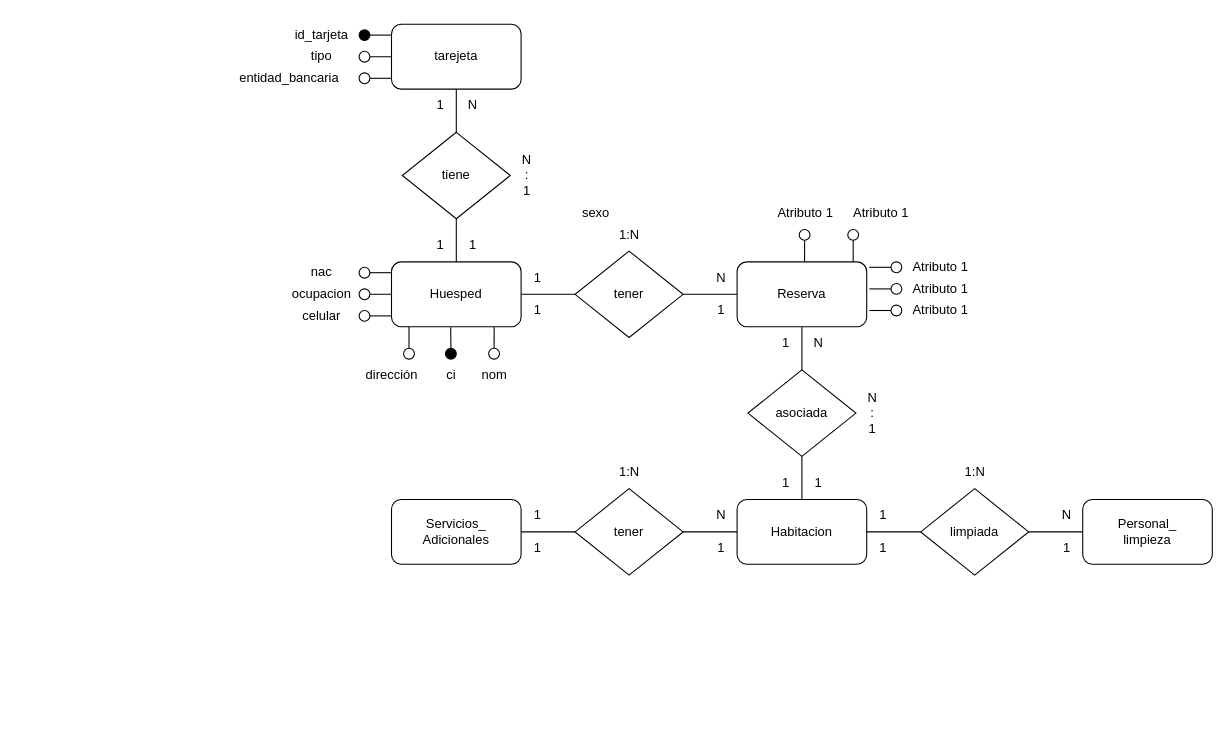
Above: auxiliatura/primerParcial/E8_Hotel.drawio in Abigail08082001/diagramasBasedeDatos (draw.io), before the change. Source tidied: cells renumbered, new cells numbered last; positions are measured from the earlier drawing's top-left corner, leaving out a move shared by most shapes. Both pictures are drawn from the tidied source at 108%, with x=0, y=0 at pixel (224, 18).
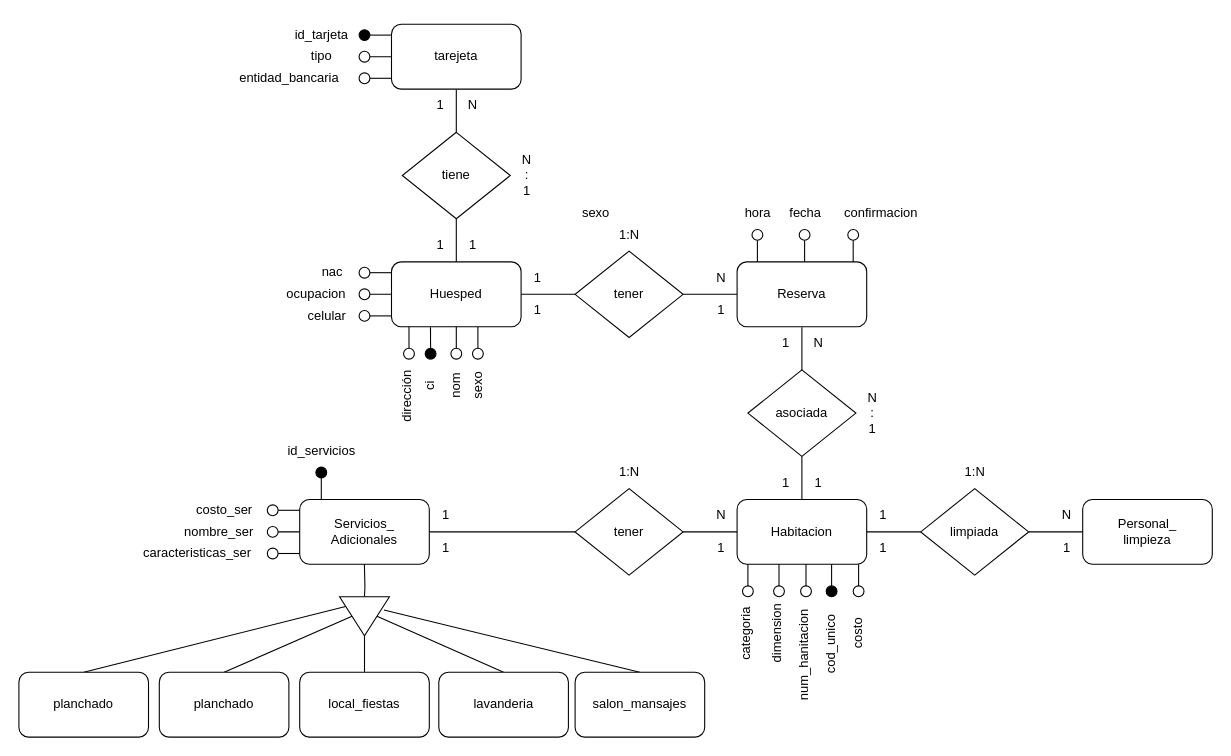
After the change.

Unchanged cells that the change refers to:
```xml
<mxCell id="4" value="Huesped" style="rounded=1;whiteSpace=wrap;html=1;" parent="1" vertex="1">
  <mxGeometry x="155" y="225" width="120" height="60" as="geometry" />
</mxCell>
<mxCell id="21" value="tener" style="rhombus;whiteSpace=wrap;html=1;" parent="1" vertex="1">
  <mxGeometry x="325" y="435" width="100" height="80" as="geometry" />
</mxCell>
```

Diff of the diagram source:
```diff
@@
-    <mxCell id="22" style="edgeStyle=none;rounded=0;jettySize=auto;html=1;exitX=1;exitY=0.5;exitDx=0;exitDy=0;entryX=0;entryY=0.5;entryDx=0;entryDy=0;endArrow=none;endFill=0;" parent="1" edge="1" target="21">
-      <mxGeometry relative="1" as="geometry">
-        <mxPoint x="275" y="475" as="sourcePoint" />
-      </mxGeometry>
+    <mxCell id="22" style="edgeStyle=none;rounded=0;jettySize=auto;html=1;endArrow=none;endFill=0;entryX=0;entryY=0.5;entryDx=0;entryDy=0;" parent="1" edge="1" source="29" target="21">
+      <mxGeometry relative="1" as="geometry" />
     </mxCell>
@@
     <mxCell id="25" value="1" style="text;html=1;align=center;verticalAlign=middle;strokeColor=none;fillColor=none;" parent="1" vertex="1">
-      <mxGeometry x="275" y="445" width="30" height="30" as="geometry" />
+      <mxGeometry x="190" y="445" width="30" height="30" as="geometry" />
     </mxCell>
     <mxCell id="26" value="1" style="text;html=1;align=center;verticalAlign=middle;strokeColor=none;fillColor=none;" parent="1" vertex="1">
-      <mxGeometry x="275" y="475" width="30" height="30" as="geometry" />
+      <mxGeometry x="190" y="475" width="30" height="30" as="geometry" />
     </mxCell>
@@
     <mxCell id="29" value="&lt;div&gt;Servicios_&lt;/div&gt;&lt;div&gt;Adicionales&lt;br&gt;&lt;/div&gt;" style="rounded=1;whiteSpace=wrap;html=1;" parent="1" vertex="1">
-      <mxGeometry x="155" y="445" width="120" height="60" as="geometry" />
+      <mxGeometry x="70" y="445" width="120" height="60" as="geometry" />
     </mxCell>
@@
-    <mxCell id="39" style="rounded=0;jettySize=auto;html=1;entryX=0.457;entryY=1.007;entryDx=0;entryDy=0;entryPerimeter=0;endArrow=none;endFill=0;" parent="1" edge="1" source="40" target="4">
-      <mxGeometry relative="1" as="geometry" />
+    <mxCell id="39" style="rounded=0;jettySize=auto;html=1;entryX=0.457;entryY=1.007;entryDx=0;entryDy=0;entryPerimeter=0;endArrow=none;endFill=0;" parent="1" edge="1" source="40">
+      <mxGeometry relative="1" as="geometry">
+        <mxPoint x="191.1" y="285.4" as="targetPoint" />
+      </mxGeometry>
     </mxCell>
     <mxCell id="40" style="ellipse;whiteSpace=wrap;html=1;fillColor=#000;" parent="1" vertex="1">
-      <mxGeometry x="205" y="305" width="10" height="10" as="geometry" />
+      <mxGeometry x="186.2" y="305" width="10" height="10" as="geometry" />
     </mxCell>
-    <mxCell id="41" value="ci" style="text;html=1;align=center;verticalAlign=middle;strokeColor=none;fillColor=none;" parent="1" vertex="1">
-      <mxGeometry x="195" y="315" width="30" height="30" as="geometry" />
+    <mxCell id="41" value="ci" style="text;html=1;align=center;verticalAlign=middle;strokeColor=none;fillColor=none;rotation=-90;" parent="1" vertex="1">
+      <mxGeometry x="176.2" y="325" width="30" height="30" as="geometry" />
     </mxCell>
@@
     <mxCell id="47" value="nac" style="text;html=1;align=center;verticalAlign=middle;strokeColor=none;fillColor=none;" parent="1" vertex="1">
-      <mxGeometry x="70" y="220" width="40" height="30" as="geometry" />
+      <mxGeometry x="80" y="220" width="40" height="30" as="geometry" />
     </mxCell>
     <mxCell id="48" value="ocupacion" style="text;html=1;align=center;verticalAlign=middle;strokeColor=none;fillColor=none;" parent="1" vertex="1">
-      <mxGeometry x="50" y="240" width="80" height="30" as="geometry" />
+      <mxGeometry x="45" y="240" width="80" height="30" as="geometry" />
     </mxCell>
     <mxCell id="49" value="celular" style="text;html=1;align=center;verticalAlign=middle;strokeColor=none;fillColor=none;" parent="1" vertex="1">
-      <mxGeometry x="60" y="260" width="60" height="30" as="geometry" />
+      <mxGeometry x="65" y="260" width="60" height="30" as="geometry" />
     </mxCell>
@@
-    <mxCell id="53" value="dirección" style="text;html=1;align=center;verticalAlign=middle;strokeColor=none;fillColor=none;" parent="1" vertex="1">
-      <mxGeometry x="120" y="315" width="70" height="30" as="geometry" />
+    <mxCell id="53" value="dirección" style="text;html=1;align=center;verticalAlign=middle;strokeColor=none;fillColor=none;rotation=-90;" parent="1" vertex="1">
+      <mxGeometry x="135" y="335" width="70" height="30" as="geometry" />
     </mxCell>
@@
-    <mxCell id="55" style="rounded=0;jettySize=auto;html=1;exitX=0.5;exitY=1;exitDx=0;exitDy=0;entryX=0.792;entryY=1.005;entryDx=0;entryDy=0;endArrow=none;endFill=0;entryPerimeter=0;" parent="1" edge="1" source="56" target="4">
-      <mxGeometry relative="1" as="geometry" />
+    <mxCell id="55" style="rounded=0;jettySize=auto;html=1;exitX=0.5;exitY=1;exitDx=0;exitDy=0;entryX=0.792;entryY=1.005;entryDx=0;entryDy=0;endArrow=none;endFill=0;entryPerimeter=0;" parent="1" edge="1" source="56">
+      <mxGeometry relative="1" as="geometry">
+        <mxPoint x="235" y="285.3" as="targetPoint" />
+      </mxGeometry>
     </mxCell>
     <mxCell id="56" style="ellipse;whiteSpace=wrap;html=1;" parent="1" vertex="1">
-      <mxGeometry x="245" y="305" width="10" height="10" as="geometry" />
+      <mxGeometry x="230" y="305" width="10" height="10" as="geometry" />
     </mxCell>
-    <mxCell id="57" value="nom" style="text;html=1;align=center;verticalAlign=middle;strokeColor=none;fillColor=none;" parent="1" vertex="1">
-      <mxGeometry x="225" y="315" width="50" height="30" as="geometry" />
+    <mxCell id="57" value="&lt;div&gt;sexo&lt;/div&gt;" style="text;html=1;align=center;verticalAlign=middle;strokeColor=none;fillColor=none;rotation=-90;" parent="1" vertex="1">
+      <mxGeometry x="210" y="325" width="50" height="30" as="geometry" />
     </mxCell>
@@
-    <mxCell id="78" value="Atributo 1" style="text;html=1;align=center;verticalAlign=middle;strokeColor=none;fillColor=none;" parent="1" vertex="1">
-      <mxGeometry x="502.5" y="165" width="70" height="30" as="geometry" />
+    <mxCell id="78" value="fecha" style="text;html=1;align=center;verticalAlign=middle;strokeColor=none;fillColor=none;" parent="1" vertex="1">
+      <mxGeometry x="512.5" y="165" width="50" height="30" as="geometry" />
     </mxCell>
@@
-    <mxCell id="81" value="Atributo 1" style="text;html=1;align=center;verticalAlign=middle;strokeColor=none;fillColor=none;" parent="1" vertex="1">
-      <mxGeometry x="572.5" y="165" width="70" height="30" as="geometry" />
+    <mxCell id="81" value="confirmacion" style="text;html=1;align=center;verticalAlign=middle;strokeColor=none;fillColor=none;" parent="1" vertex="1">
+      <mxGeometry x="562.5" y="165" width="90" height="30" as="geometry" />
     </mxCell>
-    <mxCell id="82" style="edgeStyle=orthogonalEdgeStyle;rounded=0;jettySize=auto;html=1;exitX=0;exitY=0.5;exitDx=0;exitDy=0;entryX=1;entryY=0.085;entryDx=0;entryDy=0;entryPerimeter=0;endArrow=none;endFill=0;" parent="1" edge="1" source="83">
-      <mxGeometry relative="1" as="geometry">
-        <mxPoint x="597.5" y="230" as="targetPoint" />
-      </mxGeometry>
-    </mxCell>
-    <mxCell id="83" style="ellipse;whiteSpace=wrap;html=1;" parent="1" vertex="1">
-      <mxGeometry x="617.5" y="225" width="10" height="10" as="geometry" />
-    </mxCell>
-    <mxCell id="84" value="Atributo 1" style="text;html=1;align=center;verticalAlign=middle;strokeColor=none;fillColor=none;" parent="1" vertex="1">
-      <mxGeometry x="627.5" y="215" width="70" height="30" as="geometry" />
-    </mxCell>
-    <mxCell id="85" style="edgeStyle=orthogonalEdgeStyle;rounded=0;jettySize=auto;html=1;entryX=1.003;entryY=0.421;entryDx=0;entryDy=0;entryPerimeter=0;endArrow=none;endFill=0;" parent="1" edge="1" source="86">
-      <mxGeometry relative="1" as="geometry">
-        <mxPoint x="597.5" y="250" as="targetPoint" />
-      </mxGeometry>
-    </mxCell>
-    <mxCell id="86" style="ellipse;whiteSpace=wrap;html=1;" parent="1" vertex="1">
-      <mxGeometry x="617.5" y="245" width="10" height="10" as="geometry" />
-    </mxCell>
-    <mxCell id="87" style="edgeStyle=orthogonalEdgeStyle;rounded=0;jettySize=auto;html=1;entryX=1;entryY=0.75;entryDx=0;entryDy=0;endArrow=none;endFill=0;" parent="1" edge="1" source="88">
-      <mxGeometry relative="1" as="geometry">
-        <mxPoint x="597.5" y="270" as="targetPoint" />
-      </mxGeometry>
-    </mxCell>
-    <mxCell id="88" style="ellipse;whiteSpace=wrap;html=1;" parent="1" vertex="1">
-      <mxGeometry x="617.5" y="265" width="10" height="10" as="geometry" />
-    </mxCell>
-    <mxCell id="89" value="Atributo 1" style="text;html=1;align=center;verticalAlign=middle;strokeColor=none;fillColor=none;" parent="1" vertex="1">
-      <mxGeometry x="627.5" y="235" width="70" height="30" as="geometry" />
-    </mxCell>
-    <mxCell id="90" value="Atributo 1" style="text;html=1;align=center;verticalAlign=middle;strokeColor=none;fillColor=none;" parent="1" vertex="1">
-      <mxGeometry x="627.5" y="255" width="70" height="30" as="geometry" />
-    </mxCell>
+    <mxCell id="91" style="rounded=0;jettySize=auto;html=1;entryX=0.457;entryY=1.007;entryDx=0;entryDy=0;entryPerimeter=0;endArrow=none;endFill=0;" parent="1" edge="1" source="92">
+      <mxGeometry relative="1" as="geometry">
+        <mxPoint x="562.5" y="505" as="targetPoint" />
+      </mxGeometry>
+    </mxCell>
+    <mxCell id="92" style="ellipse;whiteSpace=wrap;html=1;fillColor=#000;" parent="1" vertex="1">
+      <mxGeometry x="557.5" y="525" width="10" height="10" as="geometry" />
+    </mxCell>
+    <mxCell id="93" value="&lt;div&gt;cod_unico&lt;/div&gt;" style="text;html=1;align=center;verticalAlign=middle;strokeColor=none;fillColor=none;rotation=-90;" parent="1" vertex="1">
+      <mxGeometry x="522.5" y="565" width="80" height="30" as="geometry" />
+    </mxCell>
+    <mxCell id="94" style="edgeStyle=orthogonalEdgeStyle;rounded=0;jettySize=auto;html=1;entryX=0.125;entryY=1;entryDx=0;entryDy=0;entryPerimeter=0;endArrow=none;endFill=0;" parent="1" edge="1" source="95">
+      <mxGeometry relative="1" as="geometry">
+        <mxPoint x="538.8" y="505" as="targetPoint" />
+      </mxGeometry>
+    </mxCell>
+    <mxCell id="95" style="ellipse;whiteSpace=wrap;html=1;" parent="1" vertex="1">
+      <mxGeometry x="533.8" y="525" width="10" height="10" as="geometry" />
+    </mxCell>
+    <mxCell id="96" value="&lt;div&gt;num_hanitacion&lt;/div&gt;" style="text;html=1;align=center;verticalAlign=middle;strokeColor=none;fillColor=none;rotation=-90;" parent="1" vertex="1">
+      <mxGeometry x="482.5" y="575" width="110" height="30" as="geometry" />
+    </mxCell>
+    <mxCell id="97" style="rounded=0;jettySize=auto;html=1;exitX=0.5;exitY=1;exitDx=0;exitDy=0;entryX=0.792;entryY=1.005;entryDx=0;entryDy=0;endArrow=none;endFill=0;entryPerimeter=0;" parent="1" edge="1" source="98">
+      <mxGeometry relative="1" as="geometry">
+        <mxPoint x="587.5" y="505" as="targetPoint" />
+      </mxGeometry>
+    </mxCell>
+    <mxCell id="98" style="ellipse;whiteSpace=wrap;html=1;" parent="1" vertex="1">
+      <mxGeometry x="582.5" y="525" width="10" height="10" as="geometry" />
+    </mxCell>
+    <mxCell id="99" value="costo" style="text;html=1;align=center;verticalAlign=middle;strokeColor=none;fillColor=none;rotation=-90;" parent="1" vertex="1">
+      <mxGeometry x="562.5" y="555" width="50" height="30" as="geometry" />
+    </mxCell>
+    <mxCell id="100" style="edgeStyle=orthogonalEdgeStyle;rounded=0;jettySize=auto;html=1;entryX=0.125;entryY=1;entryDx=0;entryDy=0;entryPerimeter=0;endArrow=none;endFill=0;" parent="1" edge="1" source="101">
+      <mxGeometry relative="1" as="geometry">
+        <mxPoint x="513.8" y="505" as="targetPoint" />
+      </mxGeometry>
+    </mxCell>
+    <mxCell id="101" style="ellipse;whiteSpace=wrap;html=1;" parent="1" vertex="1">
+      <mxGeometry x="508.8" y="525" width="10" height="10" as="geometry" />
+    </mxCell>
+    <mxCell id="102" value="dimension" style="text;html=1;align=center;verticalAlign=middle;strokeColor=none;fillColor=none;rotation=-90;" parent="1" vertex="1">
+      <mxGeometry x="472.5" y="555" width="80" height="30" as="geometry" />
+    </mxCell>
+    <mxCell id="103" style="edgeStyle=orthogonalEdgeStyle;rounded=0;jettySize=auto;html=1;entryX=0.125;entryY=1;entryDx=0;entryDy=0;entryPerimeter=0;endArrow=none;endFill=0;" parent="1" edge="1" source="104">
+      <mxGeometry relative="1" as="geometry">
+        <mxPoint x="485" y="505" as="targetPoint" />
+      </mxGeometry>
+    </mxCell>
+    <mxCell id="104" style="ellipse;whiteSpace=wrap;html=1;" parent="1" vertex="1">
+      <mxGeometry x="480" y="525" width="10" height="10" as="geometry" />
+    </mxCell>
+    <mxCell id="105" value="categoria" style="text;html=1;align=center;verticalAlign=middle;strokeColor=none;fillColor=none;rotation=-90;" parent="1" vertex="1">
+      <mxGeometry x="448.8" y="555" width="70" height="30" as="geometry" />
+    </mxCell>
+    <mxCell id="106" style="rounded=0;jettySize=auto;html=1;exitX=0.5;exitY=1;exitDx=0;exitDy=0;entryX=0.792;entryY=1.005;entryDx=0;entryDy=0;endArrow=none;endFill=0;entryPerimeter=0;" parent="1" edge="1" source="107">
+      <mxGeometry relative="1" as="geometry">
+        <mxPoint x="215" y="285" as="targetPoint" />
+      </mxGeometry>
+    </mxCell>
+    <mxCell id="107" style="ellipse;whiteSpace=wrap;html=1;" parent="1" vertex="1">
+      <mxGeometry x="210" y="305" width="10" height="10" as="geometry" />
+    </mxCell>
+    <mxCell id="108" value="nom" style="text;html=1;align=center;verticalAlign=middle;strokeColor=none;fillColor=none;rotation=-90;" parent="1" vertex="1">
+      <mxGeometry x="190" y="325" width="50" height="30" as="geometry" />
+    </mxCell>
+    <mxCell id="109" style="edgeStyle=orthogonalEdgeStyle;rounded=0;jettySize=auto;html=1;exitX=0.5;exitY=1;exitDx=0;exitDy=0;entryX=0.5;entryY=0;entryDx=0;entryDy=0;endArrow=none;endFill=0;" parent="1" edge="1" source="110">
+      <mxGeometry relative="1" as="geometry">
+        <mxPoint x="493.8" y="225" as="targetPoint" />
+      </mxGeometry>
+    </mxCell>
+    <mxCell id="110" style="ellipse;whiteSpace=wrap;html=1;" parent="1" vertex="1">
+      <mxGeometry x="488.8" y="195" width="10" height="10" as="geometry" />
+    </mxCell>
+    <mxCell id="111" value="hora" style="text;html=1;align=center;verticalAlign=middle;strokeColor=none;fillColor=none;" parent="1" vertex="1">
+      <mxGeometry x="468.8" y="165" width="50" height="30" as="geometry" />
+    </mxCell>
+    <mxCell id="112" style="edgeStyle=orthogonalEdgeStyle;rounded=0;jettySize=auto;html=1;exitX=0.5;exitY=1;exitDx=0;exitDy=0;endArrow=none;endFill=0;" parent="1" edge="1" target="116">
+      <mxGeometry relative="1" as="geometry">
+        <mxPoint x="129.9" y="505" as="sourcePoint" />
+      </mxGeometry>
+    </mxCell>
+    <mxCell id="113" style="rounded=0;jettySize=auto;html=1;entryX=0.5;entryY=0;entryDx=0;entryDy=0;exitX=0.5;exitY=0;exitDx=0;exitDy=0;endArrow=none;endFill=0;" parent="1" edge="1" source="116" target="118">
+      <mxGeometry relative="1" as="geometry" />
+    </mxCell>
+    <mxCell id="114" style="rounded=0;jettySize=auto;html=1;exitX=0.5;exitY=1;exitDx=0;exitDy=0;entryX=0.5;entryY=0;entryDx=0;entryDy=0;endArrow=none;endFill=0;" parent="1" edge="1" source="116" target="117">
+      <mxGeometry relative="1" as="geometry" />
+    </mxCell>
+    <mxCell id="115" style="edgeStyle=orthogonalEdgeStyle;rounded=0;jettySize=auto;html=1;exitX=1;exitY=0.5;exitDx=0;exitDy=0;entryX=0.5;entryY=0;entryDx=0;entryDy=0;endArrow=none;endFill=0;" parent="1" edge="1" source="116" target="119">
+      <mxGeometry relative="1" as="geometry" />
+    </mxCell>
+    <mxCell id="116" style="triangle;whiteSpace=wrap;html=1;rotation=90;" parent="1" vertex="1">
+      <mxGeometry x="111.9" y="530" width="36.2" height="46.2" as="geometry" />
+    </mxCell>
+    <mxCell id="117" value="planchado" style="rounded=1;whiteSpace=wrap;html=1;" parent="1" vertex="1">
+      <mxGeometry x="-60" y="605" width="120" height="60" as="geometry" />
+    </mxCell>
+    <mxCell id="118" value="lavanderia" style="rounded=1;whiteSpace=wrap;html=1;" parent="1" vertex="1">
+      <mxGeometry x="198.8" y="605" width="120" height="60" as="geometry" />
+    </mxCell>
+    <mxCell id="119" value="local_fiestas" style="rounded=1;whiteSpace=wrap;html=1;" parent="1" vertex="1">
+      <mxGeometry x="70" y="605" width="120" height="60" as="geometry" />
+    </mxCell>
+    <mxCell id="120" style="rounded=0;jettySize=auto;html=1;exitX=0.252;exitY=0.88;exitDx=0;exitDy=0;entryX=0.5;entryY=0;entryDx=0;entryDy=0;endArrow=none;endFill=0;exitPerimeter=0;" parent="1" edge="1" source="116" target="121">
+      <mxGeometry relative="1" as="geometry" />
+    </mxCell>
+    <mxCell id="121" value="planchado" style="rounded=1;whiteSpace=wrap;html=1;" parent="1" vertex="1">
+      <mxGeometry x="-190" y="605" width="120" height="60" as="geometry" />
+    </mxCell>
+    <mxCell id="122" style="rounded=0;jettySize=auto;html=1;entryX=0.5;entryY=0;entryDx=0;entryDy=0;exitX=0.34;exitY=0.111;exitDx=0;exitDy=0;endArrow=none;endFill=0;exitPerimeter=0;" parent="1" edge="1" source="116" target="123">
+      <mxGeometry relative="1" as="geometry" />
+    </mxCell>
+    <mxCell id="123" value="salon_mansajes" style="rounded=1;whiteSpace=wrap;html=1;" parent="1" vertex="1">
+      <mxGeometry x="325" y="605" width="120" height="60" as="geometry" />
+    </mxCell>
+    <mxCell id="124" style="ellipse;whiteSpace=wrap;html=1;" parent="1" vertex="1">
+      <mxGeometry x="40" y="450" width="10" height="10" as="geometry" />
+    </mxCell>
+    <mxCell id="125" style="edgeStyle=orthogonalEdgeStyle;rounded=0;jettySize=auto;html=1;entryX=-0.008;entryY=0.419;entryDx=0;entryDy=0;entryPerimeter=0;endArrow=none;endFill=0;" parent="1" edge="1" source="126">
+      <mxGeometry relative="1" as="geometry">
+        <mxPoint x="69" y="475" as="targetPoint" />
+      </mxGeometry>
+    </mxCell>
+    <mxCell id="126" style="ellipse;whiteSpace=wrap;html=1;" parent="1" vertex="1">
+      <mxGeometry x="40" y="470" width="10" height="10" as="geometry" />
+    </mxCell>
+    <mxCell id="127" style="edgeStyle=orthogonalEdgeStyle;rounded=0;jettySize=auto;html=1;entryX=0;entryY=0.75;entryDx=0;entryDy=0;endArrow=none;endFill=0;" parent="1" edge="1" source="128">
+      <mxGeometry relative="1" as="geometry">
+        <mxPoint x="70" y="495" as="targetPoint" />
+      </mxGeometry>
+    </mxCell>
+    <mxCell id="128" style="ellipse;whiteSpace=wrap;html=1;" parent="1" vertex="1">
+      <mxGeometry x="40" y="490" width="10" height="10" as="geometry" />
+    </mxCell>
+    <mxCell id="129" value="costo_ser" style="text;html=1;align=center;verticalAlign=middle;strokeColor=none;fillColor=none;" parent="1" vertex="1">
+      <mxGeometry x="-40" y="440" width="80" height="30" as="geometry" />
+    </mxCell>
+    <mxCell id="130" value="nombre_ser" style="text;html=1;align=center;verticalAlign=middle;strokeColor=none;fillColor=none;" parent="1" vertex="1">
+      <mxGeometry x="-50" y="460" width="90" height="30" as="geometry" />
+    </mxCell>
+    <mxCell id="131" value="caracteristicas_ser" style="text;html=1;align=center;verticalAlign=middle;strokeColor=none;fillColor=none;" parent="1" vertex="1">
+      <mxGeometry x="-85" y="480" width="120" height="30" as="geometry" />
+    </mxCell>
+    <mxCell id="132" style="edgeStyle=orthogonalEdgeStyle;rounded=0;orthogonalLoop=1;jettySize=auto;html=1;exitX=0;exitY=0.5;exitDx=0;exitDy=0;entryX=1;entryY=0.085;entryDx=0;entryDy=0;entryPerimeter=0;endArrow=none;endFill=0;" parent="1" edge="1">
+      <mxGeometry relative="1" as="geometry">
+        <mxPoint x="70" y="455" as="sourcePoint" />
+        <mxPoint x="50" y="455" as="targetPoint" />
+      </mxGeometry>
+    </mxCell>
+    <mxCell id="133" style="edgeStyle=orthogonalEdgeStyle;rounded=0;jettySize=auto;html=1;exitX=0.5;exitY=1;exitDx=0;exitDy=0;entryX=0.5;entryY=0;entryDx=0;entryDy=0;endArrow=none;endFill=0;" parent="1" edge="1" source="134">
+      <mxGeometry relative="1" as="geometry">
+        <mxPoint x="90" y="445" as="targetPoint" />
+      </mxGeometry>
+    </mxCell>
+    <mxCell id="134" style="ellipse;whiteSpace=wrap;html=1;fillColor=#000000;" parent="1" vertex="1">
+      <mxGeometry x="85" y="415" width="10" height="10" as="geometry" />
+    </mxCell>
+    <mxCell id="135" value="id_servicios" style="text;html=1;align=center;verticalAlign=middle;strokeColor=none;fillColor=none;" parent="1" vertex="1">
+      <mxGeometry x="45" y="385" width="90" height="30" as="geometry" />
+    </mxCell>
```
